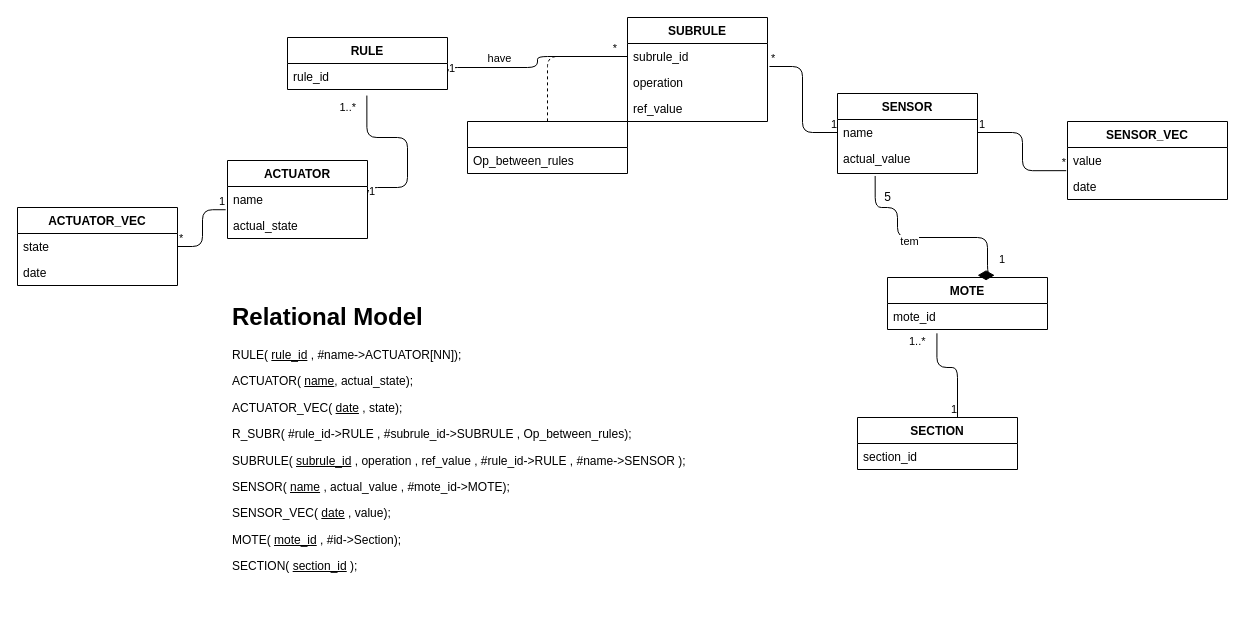
Before: page "Page-3" (3 of 3) of squematics/DB.drawio in Automation-yatata/Industry4.0-PizzaPlace, a draw.io diagram. Source tidied: cells renumbered, new cells numbered last; positions are measured from the earlier drawing's top-left corner, leaving out a move shared by most shapes. Both pictures are drawn from the tidied source at 100%, with x=0, y=0 at pixel (17, 17).
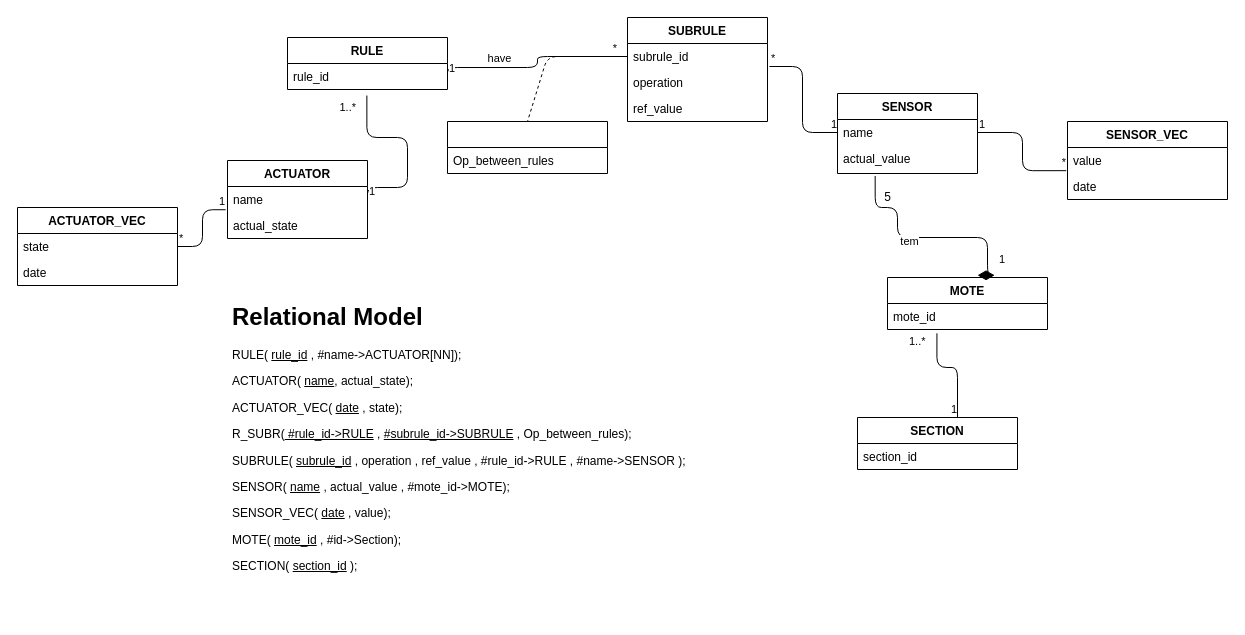
Above is the later version.

What changed in the source:
```diff
@@
     <mxCell id="22" style="swimlane;fontStyle=0;horizontal=1;startSize=26;fillColor=none;" parent="1" vertex="1">
-      <mxGeometry x="450" y="104" width="160" height="52" as="geometry" />
+      <mxGeometry x="430" y="104" width="160" height="52" as="geometry" />
     </mxCell>
@@
-    <mxCell id="37" value="&lt;h1&gt;Relational Model&lt;/h1&gt;&lt;p&gt;RULE( &lt;u&gt;rule_id&lt;/u&gt; , #name-&amp;gt;ACTUATOR[NN]);&lt;/p&gt;&lt;p&gt;ACTUATOR( &lt;u&gt;name&lt;/u&gt;, actual_state);&lt;/p&gt;&lt;p&gt;ACTUATOR_VEC( &lt;u&gt;date&lt;/u&gt;&amp;nbsp;, state);&lt;/p&gt;&lt;p&gt;R_SUBR( #rule_id-&amp;gt;RULE , #subrule_id-&amp;gt;SUBRULE , Op_between_rules);&lt;/p&gt;&lt;p&gt;SUBRULE( &lt;u&gt;subrule_id&lt;/u&gt;&amp;nbsp;, operation , ref_value , #rule_id-&amp;gt;RULE , #name-&amp;gt;SENSOR );&lt;/p&gt;&lt;p&gt;SENSOR( &lt;u&gt;name&lt;/u&gt;&amp;nbsp;, actual_value , #mote_id-&amp;gt;MOTE);&lt;/p&gt;&lt;p&gt;SENSOR_VEC( &lt;u&gt;date&lt;/u&gt;&amp;nbsp;, value);&lt;/p&gt;&lt;p&gt;MOTE( &lt;u&gt;mote_id&lt;/u&gt;&amp;nbsp;, #id-&amp;gt;Section);&lt;/p&gt;&lt;p&gt;SECTION( &lt;u&gt;section_id&lt;/u&gt;&amp;nbsp;);&amp;nbsp;&lt;/p&gt;&lt;p&gt;&lt;br&gt;&lt;/p&gt;" style="text;html=1;strokeColor=none;fillColor=none;spacing=5;spacingTop=-20;whiteSpace=wrap;overflow=hidden;rounded=0;" parent="1" vertex="1">
+    <mxCell id="37" value="&lt;h1&gt;Relational Model&lt;/h1&gt;&lt;p&gt;RULE( &lt;u&gt;rule_id&lt;/u&gt; , #name-&amp;gt;ACTUATOR[NN]);&lt;/p&gt;&lt;p&gt;ACTUATOR( &lt;u&gt;name&lt;/u&gt;, actual_state);&lt;/p&gt;&lt;p&gt;ACTUATOR_VEC( &lt;u&gt;date&lt;/u&gt;&amp;nbsp;, state);&lt;/p&gt;&lt;p&gt;R_SUBR(&lt;u&gt; #rule_id-&amp;gt;RULE&lt;/u&gt; , &lt;u&gt;#subrule_id-&amp;gt;SUBRULE&lt;/u&gt; , Op_between_rules);&lt;/p&gt;&lt;p&gt;SUBRULE( &lt;u&gt;subrule_id&lt;/u&gt;&amp;nbsp;, operation , ref_value , #rule_id-&amp;gt;RULE , #name-&amp;gt;SENSOR );&lt;/p&gt;&lt;p&gt;SENSOR( &lt;u&gt;name&lt;/u&gt;&amp;nbsp;, actual_value , #mote_id-&amp;gt;MOTE);&lt;/p&gt;&lt;p&gt;SENSOR_VEC( &lt;u&gt;date&lt;/u&gt;&amp;nbsp;, value);&lt;/p&gt;&lt;p&gt;MOTE( &lt;u&gt;mote_id&lt;/u&gt;&amp;nbsp;, #id-&amp;gt;Section);&lt;/p&gt;&lt;p&gt;SECTION( &lt;u&gt;section_id&lt;/u&gt;&amp;nbsp;);&amp;nbsp;&lt;/p&gt;&lt;p&gt;&lt;br&gt;&lt;/p&gt;" style="text;html=1;strokeColor=none;fillColor=none;spacing=5;spacingTop=-20;whiteSpace=wrap;overflow=hidden;rounded=0;" parent="1" vertex="1">
       <mxGeometry x="210" y="280" width="500" height="320" as="geometry" />
     </mxCell>
```
